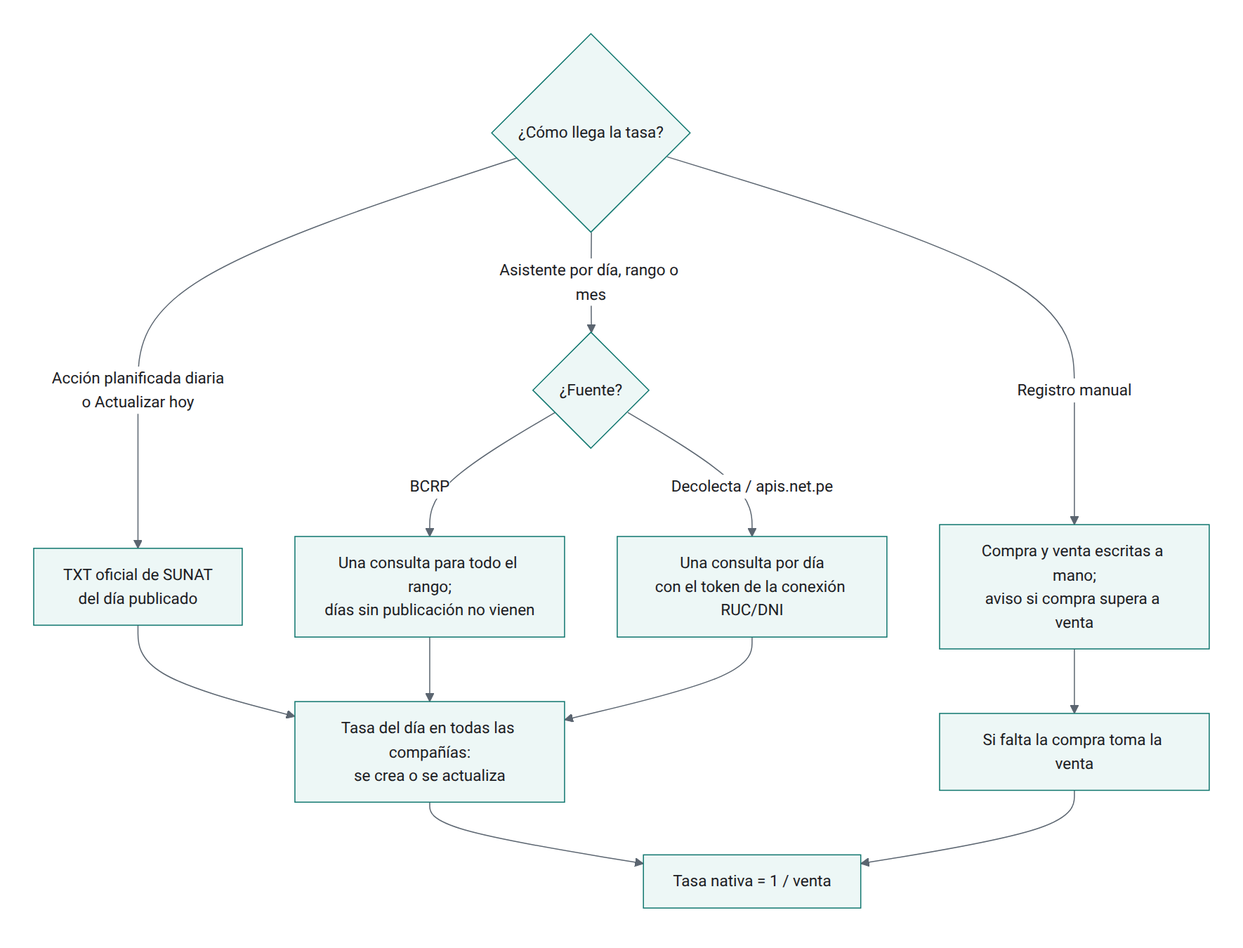
olanoit/ol_new_apps keeps this Mermaid diagram as OL-ACCOUNTING/al_l10n_pe_currency/static/description/diagramas/tasas.png. Above is the earlier version. Its source is kept beside it as OL-ACCOUNTING/al_l10n_pe_currency/static/description/diagramas/tasas.mmd. Source of this version:
```mermaid
flowchart TD
  A{¿Cómo llega la tasa?} -- Acción planificada diaria<br/>o Actualizar hoy --> B[TXT oficial de SUNAT<br/>del día publicado]
  A -- Asistente por día, rango o mes --> C{¿Fuente?}
  C -- BCRP --> D[Una consulta para todo el rango;<br/>días sin publicación no vienen]
  C -- "Decolecta / apis.net.pe" --> E[Una consulta por día<br/>con el token de la conexión RUC/DNI]
  A -- Registro manual --> F[Compra y venta escritas a mano;<br/>aviso si compra supera a venta]
  B --> G[Tasa del día en todas las compañías:<br/>se crea o se actualiza]
  D --> G
  E --> G
  F --> H[Si falta la compra toma la venta]
  G --> I[Tasa nativa = 1 / venta]
  H --> I
```
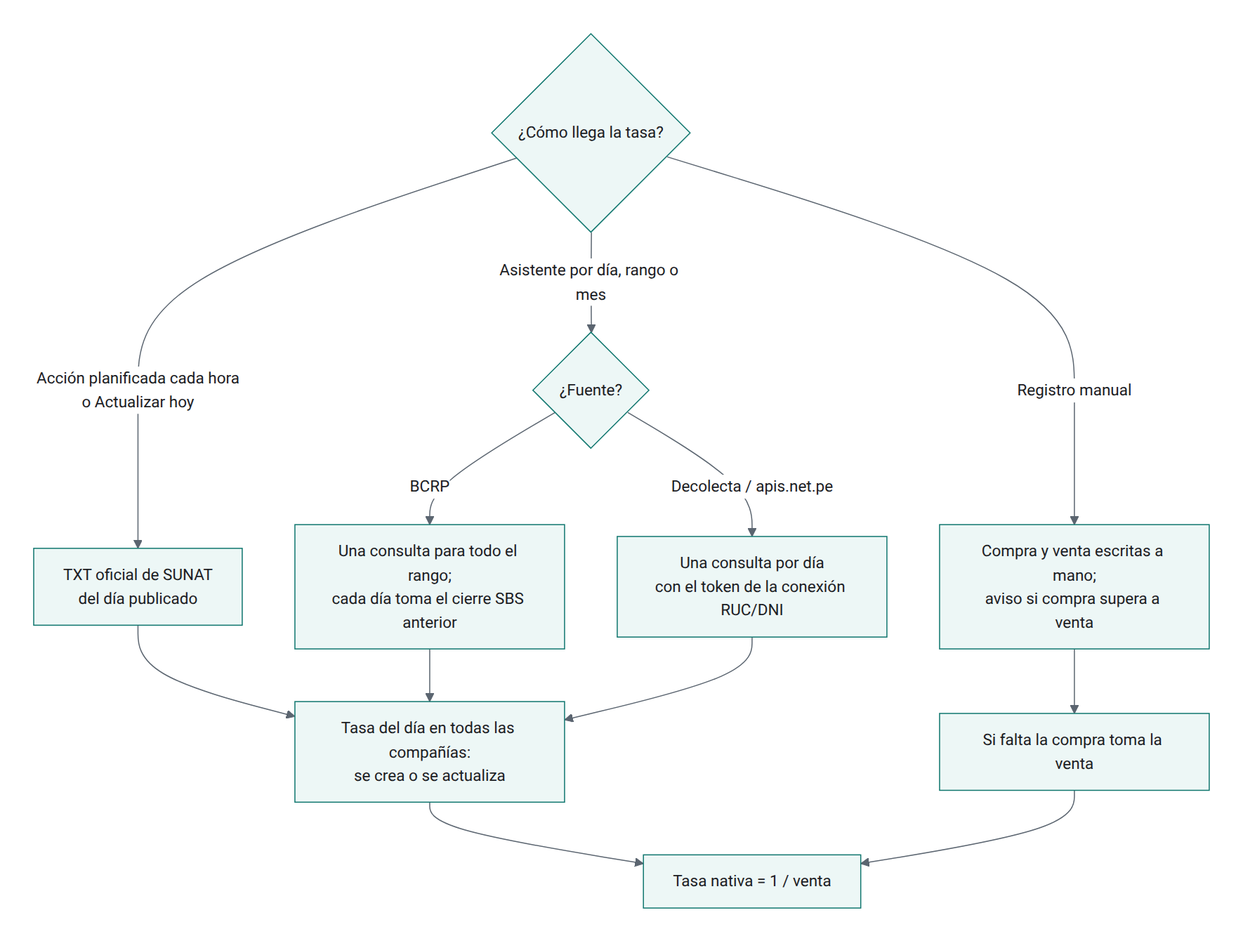
The same diagram one commit later.

What changed in the source:
```diff
@@ -1,7 +1,7 @@
 flowchart TD
-  A{¿Cómo llega la tasa?} -- Acción planificada diaria<br/>o Actualizar hoy --> B[TXT oficial de SUNAT<br/>del día publicado]
+  A{¿Cómo llega la tasa?} -- Acción planificada cada hora<br/>o Actualizar hoy --> B[TXT oficial de SUNAT<br/>del día publicado]
   A -- Asistente por día, rango o mes --> C{¿Fuente?}
-  C -- BCRP --> D[Una consulta para todo el rango;<br/>días sin publicación no vienen]
+  C -- BCRP --> D[Una consulta para todo el rango;<br/>cada día toma el cierre SBS anterior]
   C -- "Decolecta / apis.net.pe" --> E[Una consulta por día<br/>con el token de la conexión RUC/DNI]
   A -- Registro manual --> F[Compra y venta escritas a mano;<br/>aviso si compra supera a venta]
   B --> G[Tasa del día en todas las compañías:<br/>se crea o se actualiza]
```
